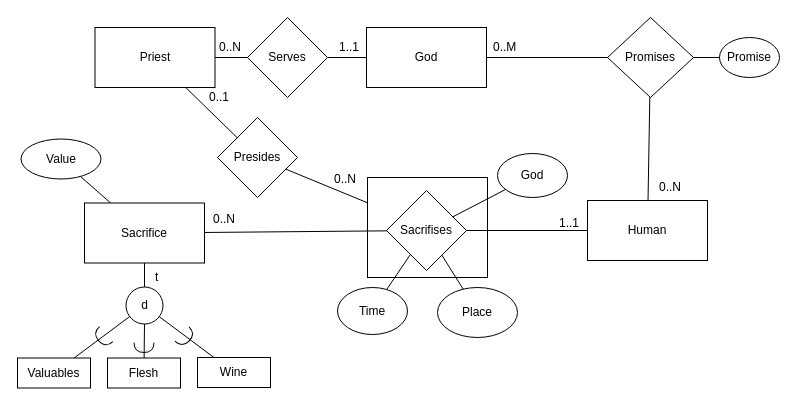
Above: HW4/ex4.drawio in Peterkmoss/IDD (draw.io), before the change. Source tidied: cells renumbered, new cells numbered last; positions are measured from the earlier drawing's top-left corner, leaving out a move shared by most shapes. Both pictures are drawn from the tidied source at 100%, with x=0, y=0 at pixel (17, 17).
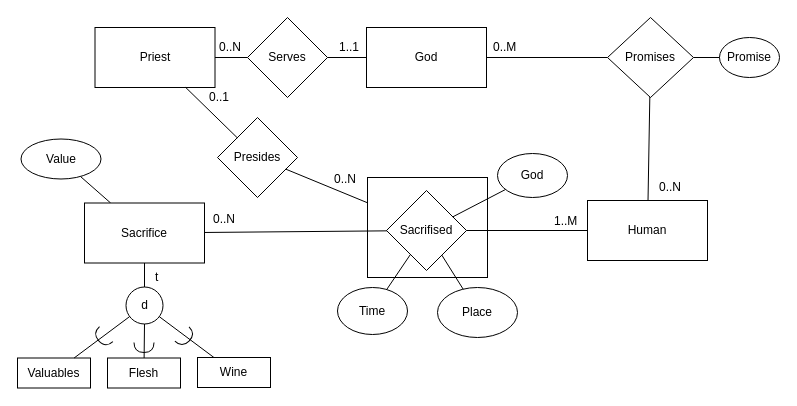
The same page after the edit.

Change to the diagram source:
```diff
@@
-    <mxCell id="13" value="Sacrifises" style="rhombus;whiteSpace=wrap;html=1;rounded=0;comic=0;" parent="1" vertex="1">
+    <mxCell id="13" value="Sacrifised" style="rhombus;whiteSpace=wrap;html=1;rounded=0;comic=0;" parent="1" vertex="1">
       <mxGeometry x="369" y="173" width="80" height="80" as="geometry" />
     </mxCell>
@@
-    <mxCell id="44" value="1..1" style="text;html=1;align=left;verticalAlign=top;spacingTop=-4;" parent="1" vertex="1">
-      <mxGeometry x="540" y="195.5" width="40" height="20" as="geometry" />
+    <mxCell id="44" value="1..M" style="text;html=1;align=left;verticalAlign=top;spacingTop=-4;" parent="1" vertex="1">
+      <mxGeometry x="535" y="193.5" width="36" height="14" as="geometry" />
     </mxCell>
```
